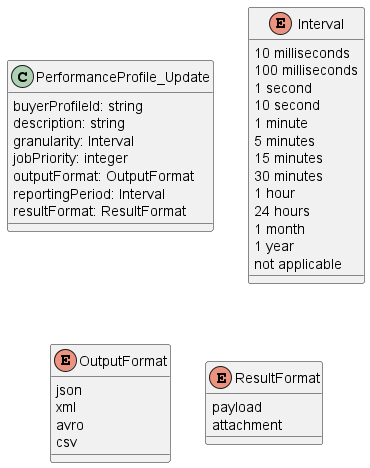
MEF-GIT/MEF-LSO-Legato-SDK keeps this PlantUML diagram as documentation/serviceApi/pm/performance/media/useCase4PatchModel.png. Above is the earlier version. Source of this version:
```plantuml
@startuml useCase4PatchModel

class PerformanceProfile_Update {

    buyerProfileId: string
    description: string
    granularity: Interval
    jobPriority: integer
    outputFormat: OutputFormat
    reportingPeriod: Interval
    resultFormat: ResultFormat
}

enum Interval {

    10 milliseconds
    100 milliseconds
    1 second
    10 second
    1 minute
    5 minutes
    15 minutes
    30 minutes
    1 hour
    24 hours
    1 month
    1 year
    not applicable
}

enum OutputFormat {

    json
    xml
    avro
    csv
}

enum ResultFormat {

    payload
    attachment
}

@enduml
```
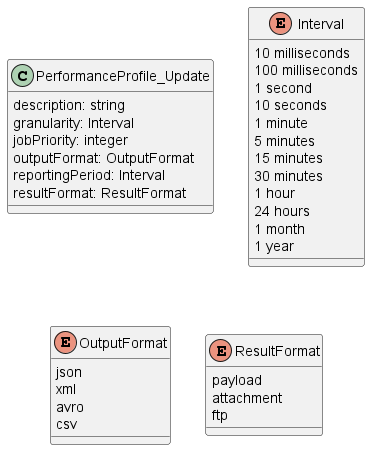
Above is the later version.

Diff of the diagram source:
```diff
@@ -2,7 +2,6 @@
 
 class PerformanceProfile_Update {
 
-    buyerProfileId: string
     description: string
     granularity: Interval
     jobPriority: integer
@@ -16,7 +15,7 @@
     10 milliseconds
     100 milliseconds
     1 second
-    10 second
+    10 seconds
     1 minute
     5 minutes
     15 minutes
@@ -25,7 +24,6 @@
     24 hours
     1 month
     1 year
-    not applicable
 }
 
 enum OutputFormat {
@@ -40,6 +38,7 @@
 
     payload
     attachment
+    ftp
 }
 
 @enduml
```
